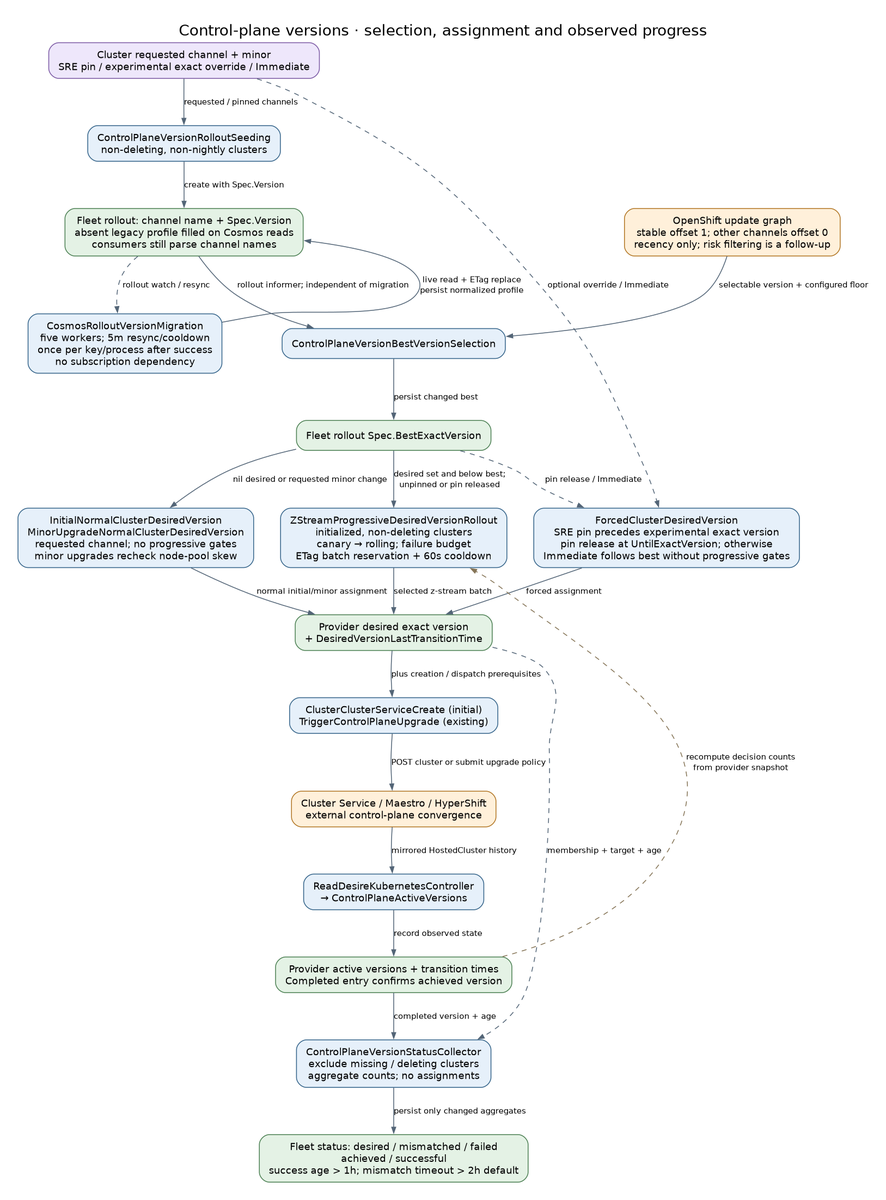
This is docs/diagrams/controller-flows/control-plane-version-rollout.png from Azure/ARO-HCP, a Graphviz export, as it was before one commit. Its source is kept beside it as docs/diagrams/controller-flows/control-plane-version-rollout.dot.
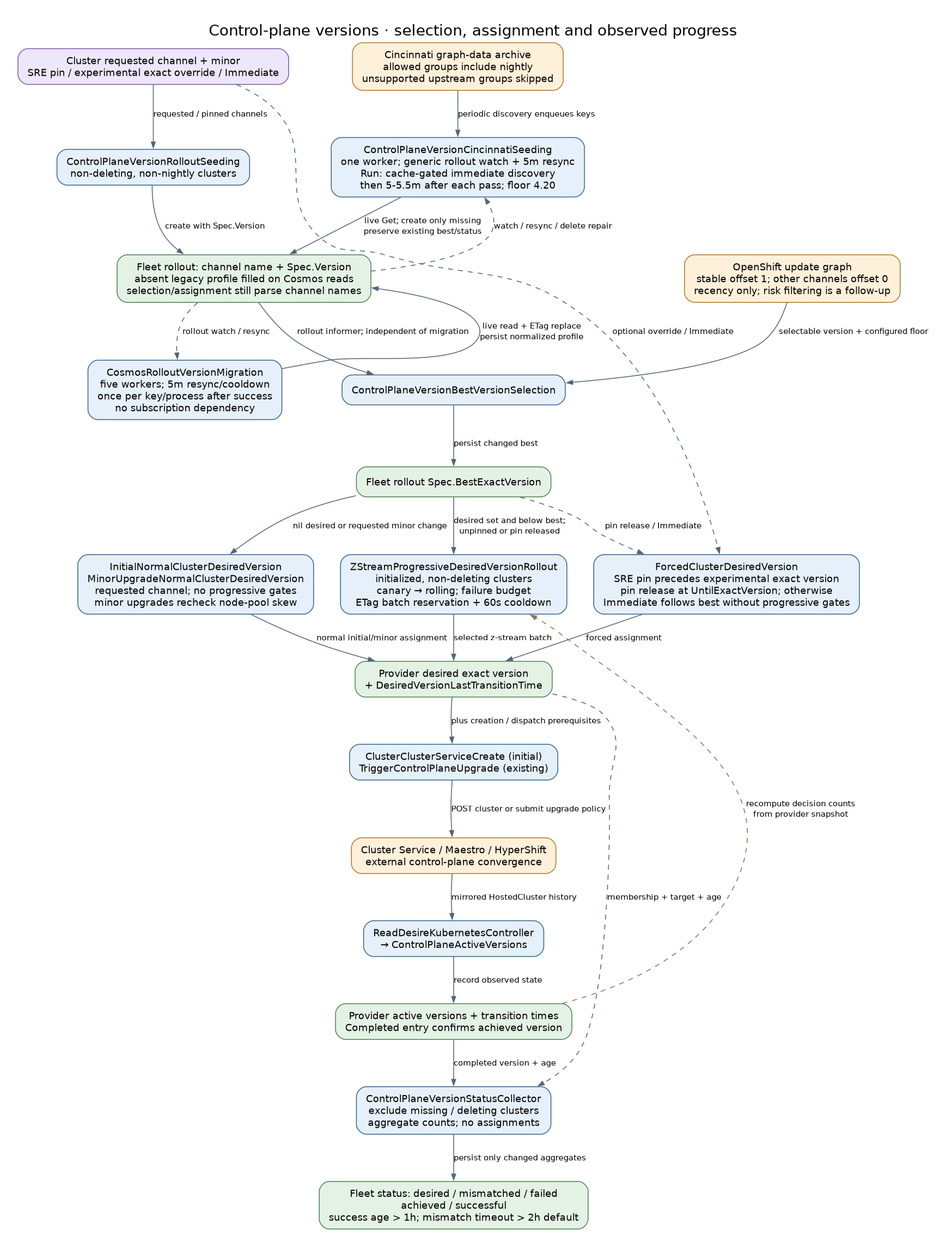
The same diagram one commit later.

Commit message:
feat: seed prospective rollouts with a standalone Cincinnati controller

The edit, as a diff of the source:
```diff
@@ -4,7 +4,9 @@
   edge [color="#536577", fontname="DejaVu Sans", fontsize=10, arrowsize=0.7];
   request [label="Cluster requested channel + minor\nSRE pin / experimental exact override / Immediate", fillcolor="#eee7fb", color="#7b59a4"];
   seed [label="ControlPlaneVersionRolloutSeeding\nnon-deleting, non-nightly clusters"];
-  rollout [label="Fleet rollout: channel name + Spec.Version\nabsent legacy profile filled on Cosmos reads\nconsumers still parse channel names", fillcolor="#e4f2e5", color="#4c8053"];
+  discovery [label="Cincinnati graph-data archive\nallowed groups include nightly\nunsupported upstream groups skipped", fillcolor="#fff0da", color="#b27624"];
+  cincinnati [label="ControlPlaneVersionCincinnatiSeeding\none worker; generic rollout watch + 5m resync\nRun: cache-gated immediate discovery\nthen 5-5.5m after each pass; floor 4.20"];
+  rollout [label="Fleet rollout: channel name + Spec.Version\nabsent legacy profile filled on Cosmos reads\nselection/assignment still parse channel names", fillcolor="#e4f2e5", color="#4c8053"];
   migration [label="CosmosRolloutVersionMigration\nfive workers; 5m resync/cooldown\nonce per key/process after success\nno subscription dependency"];
   best [label="ControlPlaneVersionBestVersionSelection"];
   updategraph [label="OpenShift update graph\nstable offset 1; other channels offset 0\nrecency only; risk filtering is a follow-up", fillcolor="#fff0da", color="#b27624"];
@@ -21,6 +23,9 @@
   counts [label="Fleet status: desired / mismatched / failed\nachieved / successful\nsuccess age > 1h; mismatch timeout > 2h default", fillcolor="#e4f2e5", color="#4c8053"];
   request -> seed [label="requested / pinned channels"];
   seed -> rollout [label="create with Spec.Version"];
+  discovery -> cincinnati [label="periodic discovery enqueues keys"];
+  cincinnati -> rollout [label="live Get; create only missing\npreserve existing best/status"];
+  rollout -> cincinnati [label="watch / resync / delete repair", style=dashed, constraint=false];
   rollout -> best [label="rollout informer; independent of migration"];
   rollout -> migration [label="rollout watch / resync", style=dashed];
   migration -> rollout [label="live read + ETag replace\npersist normalized profile", constraint=false];
```
